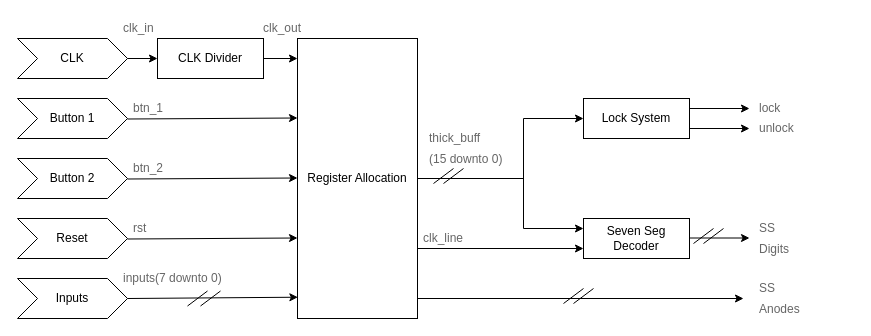
This is csse4010_a2.drawio from Gaulgeous/Stock-Market-Prediction, a draw.io file, before an edit. Source tidied: cells renumbered, new cells numbered last; positions are measured from the earlier drawing's top-left corner, leaving out a move shared by most shapes. Both pictures are drawn from the tidied source at 100%, with x=0, y=0 at pixel (17, 18).
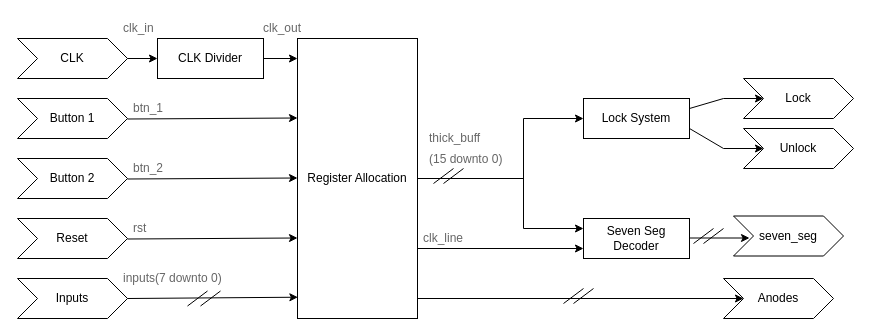
After the change.

The edit, as a diff of the source:
```diff
@@
-    <mxCell id="37" style="endArrow=classic;html=1;rounded=0;entryX=0;entryY=0.5;entryDx=0;entryDy=0;" parent="1" edge="1">
+    <mxCell id="37" style="endArrow=classic;html=1;rounded=0;entryX=0;entryY=0.5;entryDx=0;entryDy=0;" parent="1" edge="1" target="52">
       <mxGeometry relative="1" as="geometry">
         <mxPoint x="672" y="110" as="sourcePoint" />
-        <mxPoint x="732" y="110" as="targetPoint" />
+        <Array as="points">
+          <mxPoint x="706" y="130" />
+        </Array>
       </mxGeometry>
     </mxCell>
-    <mxCell id="38" style="endArrow=classic;html=1;rounded=0;entryX=0;entryY=0.5;entryDx=0;entryDy=0;" parent="1" edge="1">
+    <mxCell id="38" style="endArrow=classic;html=1;rounded=0;entryX=0;entryY=0.5;entryDx=0;entryDy=0;" parent="1" edge="1" target="51">
       <mxGeometry relative="1" as="geometry">
         <mxPoint x="672" y="90" as="sourcePoint" />
-        <mxPoint x="732" y="90" as="targetPoint" />
+        <Array as="points">
+          <mxPoint x="706" y="80" />
+        </Array>
       </mxGeometry>
     </mxCell>
-    <mxCell id="39" value="&lt;span style=&quot;font-size: 12px;&quot;&gt;lock&lt;/span&gt;" style="strokeWidth=1;shadow=0;dashed=0;align=center;html=1;shape=mxgraph.mockup.text.textBox;fontColor=#666666;align=left;fontSize=17;spacingLeft=4;spacingTop=-3;whiteSpace=wrap;strokeColor=#000000;mainText=;opacity=0;" parent="1" vertex="1">
-      <mxGeometry x="736" y="80" width="40" height="20" as="geometry" />
-    </mxCell>
-    <mxCell id="40" value="&lt;font style=&quot;font-size: 12px;&quot;&gt;unlock&lt;/font&gt;" style="strokeWidth=1;shadow=0;dashed=0;align=center;html=1;shape=mxgraph.mockup.text.textBox;fontColor=#666666;align=left;fontSize=17;spacingLeft=4;spacingTop=-3;whiteSpace=wrap;strokeColor=#000000;mainText=;opacity=0;" parent="1" vertex="1">
-      <mxGeometry x="736" y="100" width="40" height="20" as="geometry" />
-    </mxCell>
@@
-    <mxCell id="42" value="&lt;font style=&quot;font-size: 12px;&quot;&gt;SS Digits&lt;/font&gt;" style="strokeWidth=1;shadow=0;dashed=0;align=center;html=1;shape=mxgraph.mockup.text.textBox;fontColor=#666666;align=left;fontSize=17;spacingLeft=4;spacingTop=-3;whiteSpace=wrap;strokeColor=#000000;mainText=;opacity=0;" parent="1" vertex="1">
-      <mxGeometry x="736" y="210" width="40" height="20" as="geometry" />
-    </mxCell>
@@
-    <mxCell id="44" value="&lt;font style=&quot;font-size: 12px;&quot;&gt;SS Anodes&lt;/font&gt;" style="strokeWidth=1;shadow=0;dashed=0;align=center;html=1;shape=mxgraph.mockup.text.textBox;fontColor=#666666;align=left;fontSize=17;spacingLeft=4;spacingTop=-3;whiteSpace=wrap;strokeColor=#000000;mainText=;opacity=0;" parent="1" vertex="1">
-      <mxGeometry x="736" y="270" width="40" height="20" as="geometry" />
-    </mxCell>
@@
+    <mxCell id="51" value="Lock" style="shape=step;perimeter=stepPerimeter;whiteSpace=wrap;html=1;fixedSize=1;" parent="1" vertex="1">
+      <mxGeometry x="726" y="60" width="110" height="40" as="geometry" />
+    </mxCell>
+    <mxCell id="52" value="Unlock" style="shape=step;perimeter=stepPerimeter;whiteSpace=wrap;html=1;fixedSize=1;" parent="1" vertex="1">
+      <mxGeometry x="726" y="110" width="110" height="40" as="geometry" />
+    </mxCell>
+    <mxCell id="53" value="seven_seg" style="shape=step;perimeter=stepPerimeter;whiteSpace=wrap;html=1;fixedSize=1;" parent="1" vertex="1">
+      <mxGeometry x="716" y="197.5" width="110" height="40" as="geometry" />
+    </mxCell>
+    <mxCell id="54" value="Anodes" style="shape=step;perimeter=stepPerimeter;whiteSpace=wrap;html=1;fixedSize=1;" parent="1" vertex="1">
+      <mxGeometry x="706" y="260" width="110" height="40" as="geometry" />
+    </mxCell>
```
